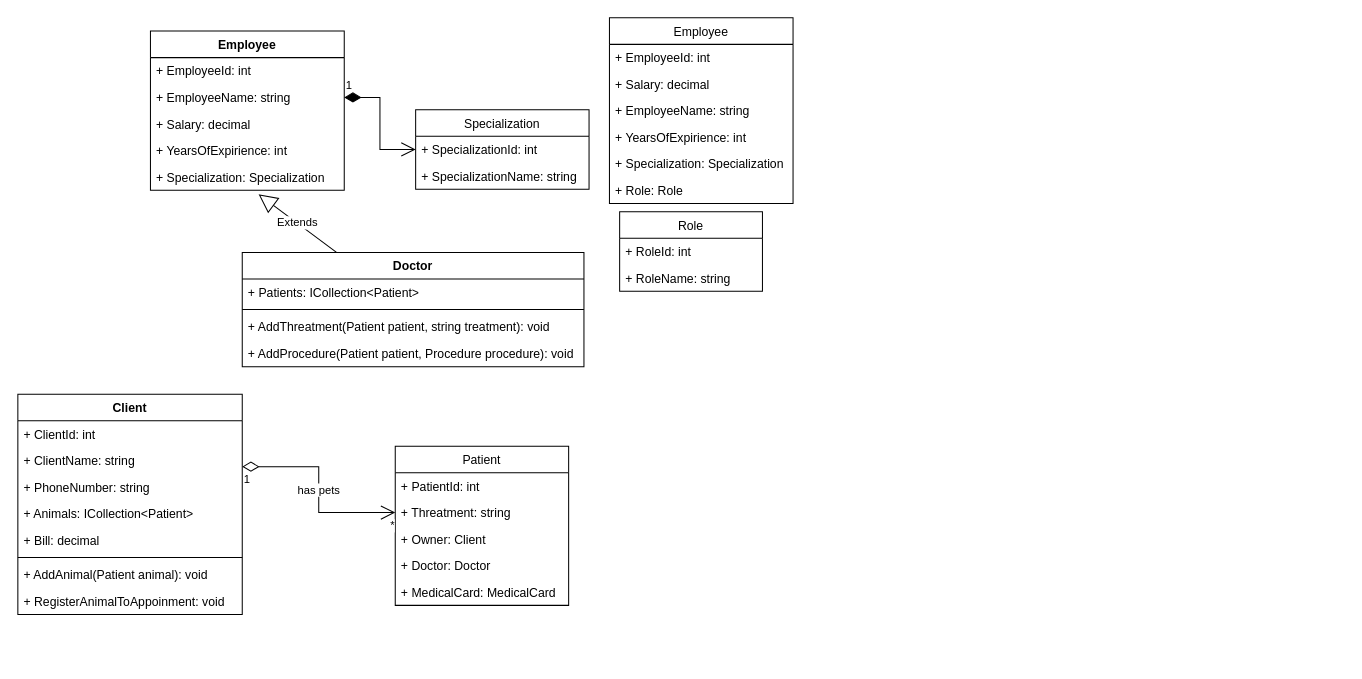
Earlier version of the draw.io diagram Classes.drawio (TRybina132/vetClinic). Source tidied: cells renumbered, new cells numbered last; positions are measured from the earlier drawing's top-left corner, leaving out a move shared by most shapes. Both pictures are drawn from the tidied source at 102%, with x=0, y=0 at pixel (17, 17).
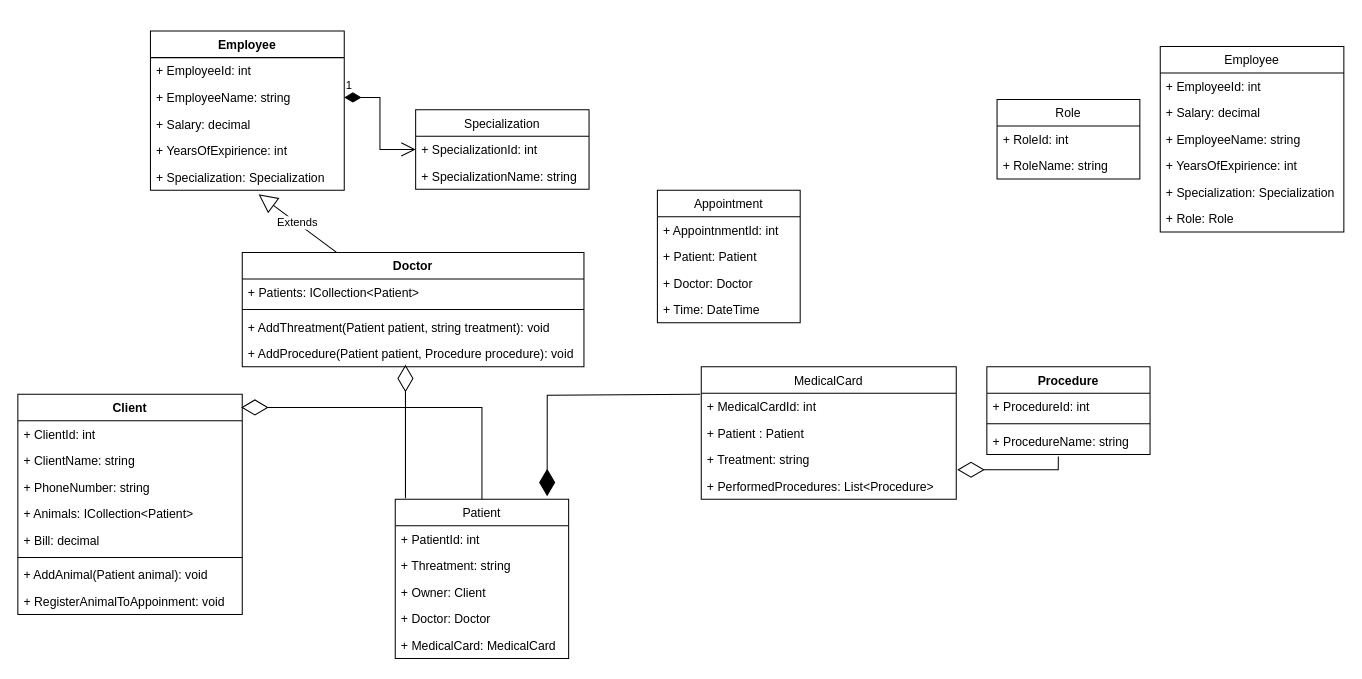
After the change.

Unchanged cells that the change refers to:
```xml
<mxCell id="2" value="Client&#10;" style="swimlane;fontStyle=1;align=center;verticalAlign=top;horizontal=1;startSize=26;" parent="1" vertex="1">
  <mxGeometry y="369" width="220" height="216" as="geometry" />
</mxCell>
<mxCell id="5" value="+ PhoneNumber: string" style="text;strokeColor=none;fillColor=none;align=left;verticalAlign=top;spacingLeft=4;spacingRight=4;overflow=hidden;points=[[0,0.5],[1,0.5]];portConstraint=eastwest;" parent="2" vertex="1">
  <mxGeometry y="78" width="220" height="26" as="geometry" />
</mxCell>
<mxCell id="13" value="+ Threatment: string" style="text;strokeColor=none;fillColor=none;align=left;verticalAlign=top;spacingLeft=4;spacingRight=4;overflow=hidden;points=[[0,0.5],[1,0.5]];portConstraint=eastwest;" parent="11" vertex="1">
  <mxGeometry y="52" width="170" height="26" as="geometry" />
</mxCell>
```

Diff of the diagram source:
```diff
@@
     <mxCell id="11" value="Patient" style="swimlane;fontStyle=0;horizontal=1;startSize=26;fillColor=none;" parent="1" vertex="1">
-      <mxGeometry x="370" y="420" width="170" height="156" as="geometry" />
+      <mxGeometry x="370" y="472" width="170" height="156" as="geometry" />
     </mxCell>
@@
     <mxCell id="17" value="Employee" style="swimlane;fontStyle=0;horizontal=1;startSize=26;fillColor=none;" parent="1" vertex="1">
-      <mxGeometry x="580" width="180" height="182" as="geometry" />
+      <mxGeometry x="1120" y="28" width="180" height="182" as="geometry" />
     </mxCell>
@@
     <mxCell id="24" value="Role" style="swimlane;fontStyle=0;horizontal=1;startSize=26;fillColor=none;" parent="1" vertex="1">
-      <mxGeometry x="590" y="190" width="140" height="78" as="geometry" />
+      <mxGeometry x="960" y="80" width="140" height="78" as="geometry" />
     </mxCell>
@@
-    <mxCell id="30" value="has pets" style="endArrow=open;html=1;endSize=12;startArrow=diamondThin;startSize=14;startFill=0;edgeStyle=orthogonalEdgeStyle;rounded=0;entryX=0;entryY=0.5;entryDx=0;entryDy=0;exitX=1;exitY=-0.269;exitDx=0;exitDy=0;exitPerimeter=0;" parent="1" edge="1" source="5" target="13">
-      <mxGeometry relative="1" as="geometry" />
-    </mxCell>
-    <mxCell id="31" value="1" style="edgeLabel;html=1;align=left;verticalAlign=top;" parent="30" vertex="1">
-      <mxGeometry x="-1" relative="1" as="geometry" />
-    </mxCell>
-    <mxCell id="32" value="*" style="edgeLabel;html=1;align=right;verticalAlign=top;" parent="30" vertex="1">
-      <mxGeometry x="1" relative="1" as="geometry" />
-    </mxCell>
@@
+    <mxCell id="46" value="MedicalCard" style="swimlane;fontStyle=0;horizontal=1;startSize=26;fillColor=none;" parent="1" vertex="1">
+      <mxGeometry x="670" y="342" width="250" height="130" as="geometry" />
+    </mxCell>
+    <mxCell id="47" value="+ MedicalCardId: int" style="text;strokeColor=none;fillColor=none;align=left;verticalAlign=top;spacingLeft=4;spacingRight=4;overflow=hidden;points=[[0,0.5],[1,0.5]];portConstraint=eastwest;" parent="46" vertex="1">
+      <mxGeometry y="26" width="250" height="26" as="geometry" />
+    </mxCell>
+    <mxCell id="48" value="+ Patient : Patient" style="text;strokeColor=none;fillColor=none;align=left;verticalAlign=top;spacingLeft=4;spacingRight=4;overflow=hidden;" parent="46" vertex="1">
+      <mxGeometry y="52" width="250" height="26" as="geometry" />
+    </mxCell>
+    <mxCell id="49" value="+ Treatment: string" style="text;strokeColor=none;fillColor=none;align=left;verticalAlign=top;spacingLeft=4;spacingRight=4;overflow=hidden;" parent="46" vertex="1">
+      <mxGeometry y="78" width="250" height="26" as="geometry" />
+    </mxCell>
+    <mxCell id="50" value="+ PerformedProcedures: List&lt;Procedure&gt;" style="text;strokeColor=none;fillColor=none;align=left;verticalAlign=top;spacingLeft=4;spacingRight=4;overflow=hidden;points=[[0,0.5],[1,0.5]];portConstraint=eastwest;" parent="46" vertex="1">
+      <mxGeometry y="104" width="250" height="26" as="geometry" />
+    </mxCell>
+    <mxCell id="51" value="Procedure" style="swimlane;fontStyle=1;align=center;verticalAlign=top;horizontal=1;startSize=26;" parent="1" vertex="1">
+      <mxGeometry x="950" y="342" width="160" height="86" as="geometry" />
+    </mxCell>
+    <mxCell id="52" value="+ ProcedureId: int" style="text;strokeColor=none;fillColor=none;align=left;verticalAlign=top;spacingLeft=4;spacingRight=4;overflow=hidden;" parent="51" vertex="1">
+      <mxGeometry y="26" width="160" height="26" as="geometry" />
+    </mxCell>
+    <mxCell id="53" style="line;strokeWidth=1;fillColor=none;align=left;verticalAlign=middle;spacingTop=-1;spacingLeft=3;spacingRight=3;labelPosition=right;" parent="51" vertex="1">
+      <mxGeometry y="52" width="160" height="8" as="geometry" />
+    </mxCell>
+    <mxCell id="54" value="+ ProcedureName: string" style="text;strokeColor=none;fillColor=none;align=left;verticalAlign=top;spacingLeft=4;spacingRight=4;overflow=hidden;points=[[0,0.5],[1,0.5]];portConstraint=eastwest;" parent="51" vertex="1">
+      <mxGeometry y="60" width="160" height="26" as="geometry" />
+    </mxCell>
+    <mxCell id="55" value="Appointment" style="swimlane;fontStyle=0;horizontal=1;startSize=26;fillColor=none;" parent="1" vertex="1">
+      <mxGeometry x="627" y="169" width="140" height="130" as="geometry" />
+    </mxCell>
+    <mxCell id="56" value="+ AppointnmentId: int" style="text;strokeColor=none;fillColor=none;align=left;verticalAlign=top;spacingLeft=4;spacingRight=4;overflow=hidden;" parent="55" vertex="1">
+      <mxGeometry y="26" width="140" height="26" as="geometry" />
+    </mxCell>
+    <mxCell id="57" value="+ Patient: Patient" style="text;strokeColor=none;fillColor=none;align=left;verticalAlign=top;spacingLeft=4;spacingRight=4;overflow=hidden;" parent="55" vertex="1">
+      <mxGeometry y="52" width="140" height="26" as="geometry" />
+    </mxCell>
+    <mxCell id="58" value="+ Doctor: Doctor" style="text;strokeColor=none;fillColor=none;align=left;verticalAlign=top;spacingLeft=4;spacingRight=4;overflow=hidden;" parent="55" vertex="1">
+      <mxGeometry y="78" width="140" height="26" as="geometry" />
+    </mxCell>
+    <mxCell id="59" value="+ Time: DateTime" style="text;strokeColor=none;fillColor=none;align=left;verticalAlign=top;spacingLeft=4;spacingRight=4;overflow=hidden;" parent="55" vertex="1">
+      <mxGeometry y="104" width="140" height="26" as="geometry" />
+    </mxCell>
+    <mxCell id="60" style="endArrow=diamondThin;endFill=1;endSize=24;html=1;rounded=0;entryX=0.876;entryY=-0.019;entryDx=0;entryDy=0;entryPerimeter=0;exitX=-0.004;exitY=0.038;exitDx=0;exitDy=0;exitPerimeter=0;" parent="1" edge="1" source="47" target="11">
+      <mxGeometry relative="1" as="geometry">
+        <Array as="points">
+          <mxPoint x="519" y="370" />
+        </Array>
+      </mxGeometry>
+    </mxCell>
+    <mxCell id="61" style="endArrow=diamondThin;endFill=0;endSize=24;html=1;rounded=0;entryX=0.995;entryY=0.06;entryDx=0;entryDy=0;entryPerimeter=0;exitX=0.5;exitY=0;exitDx=0;exitDy=0;" parent="1" edge="1" source="11" target="2">
+      <mxGeometry relative="1" as="geometry">
+        <Array as="points">
+          <mxPoint x="455" y="382" />
+        </Array>
+      </mxGeometry>
+    </mxCell>
+    <mxCell id="62" style="endArrow=diamondThin;endFill=0;endSize=24;html=1;rounded=0;exitX=0.059;exitY=-0.006;exitDx=0;exitDy=0;exitPerimeter=0;" parent="1" edge="1" source="11">
+      <mxGeometry relative="1" as="geometry">
+        <mxPoint x="380" y="340" as="targetPoint" />
+      </mxGeometry>
+    </mxCell>
+    <mxCell id="63" style="endArrow=diamondThin;endFill=0;endSize=24;html=1;rounded=0;entryX=1.004;entryY=-0.115;entryDx=0;entryDy=0;entryPerimeter=0;exitX=0.438;exitY=1.077;exitDx=0;exitDy=0;exitPerimeter=0;" parent="1" edge="1" source="54" target="50">
+      <mxGeometry relative="1" as="geometry">
+        <Array as="points">
+          <mxPoint x="1020" y="443" />
+        </Array>
+      </mxGeometry>
+    </mxCell>
```
